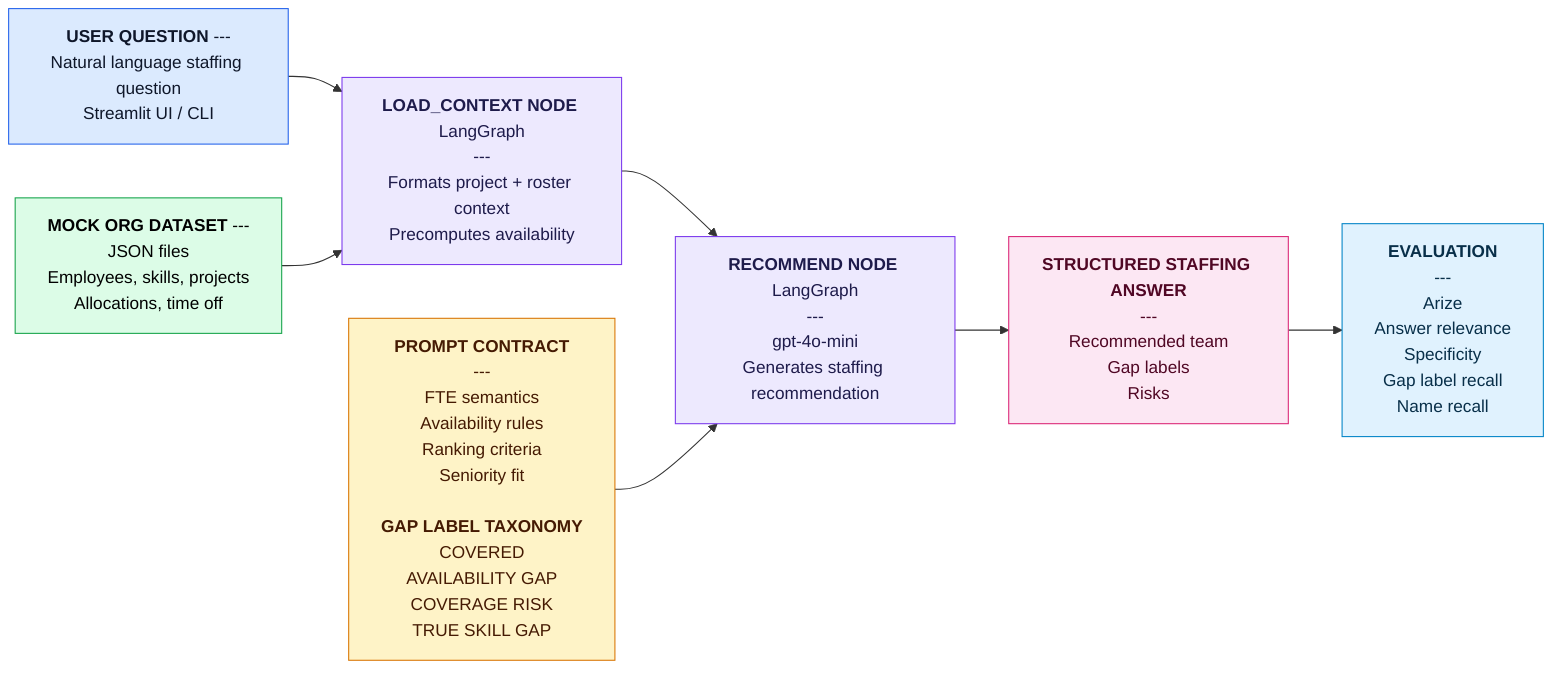
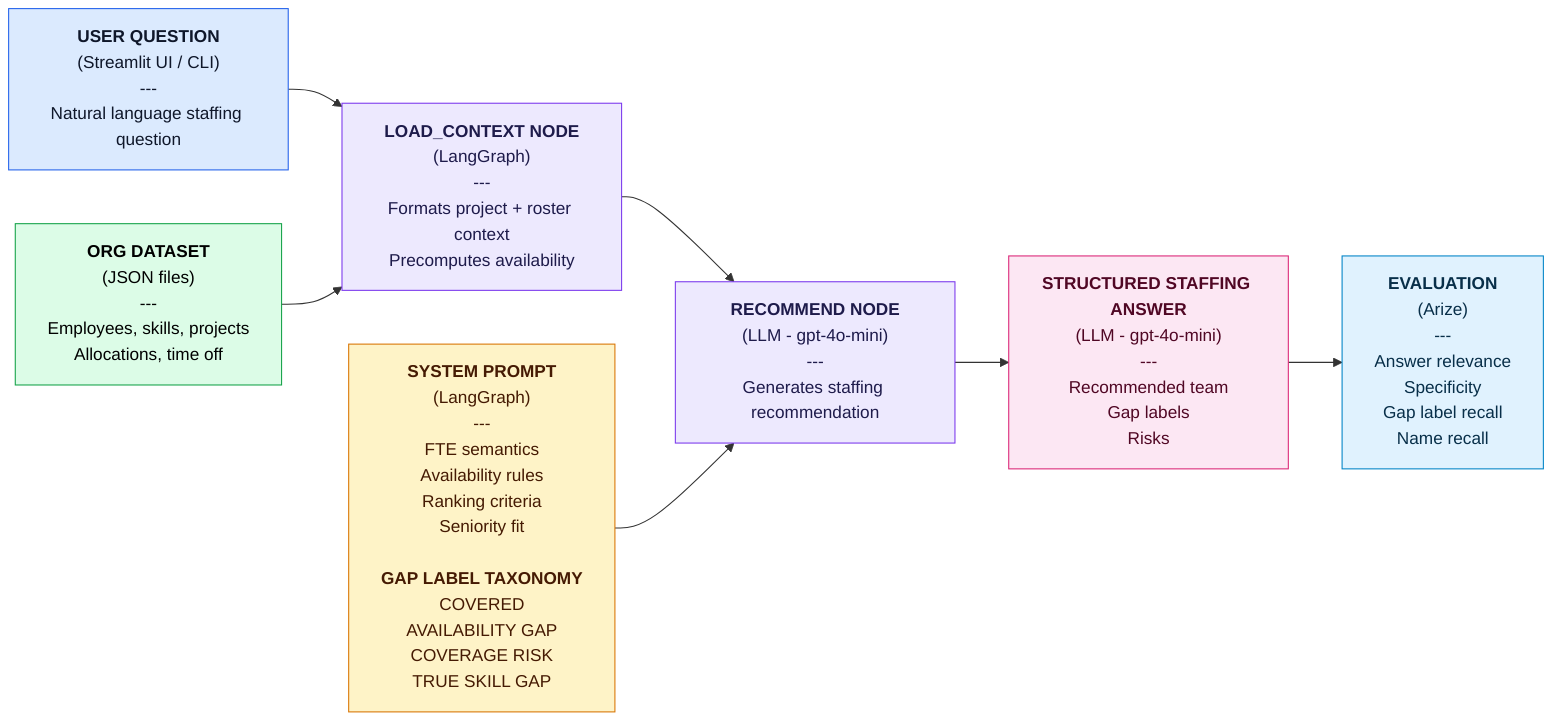
%%{init: { "htmlLabels": true, "securityLevel": "loose" } }%%
flowchart LR
-     UserQ["<b>USER QUESTION</b> ---
- Natural language staffing question
- Streamlit UI / CLI"] --> LoadCtx["<b>LOAD_CONTEXT NODE</b> LangGraph
+     UserQ["<b>USER QUESTION</b>
+ (Streamlit UI / CLI)
+ ---
+ Natural language staffing question"] --> LoadCtx["<b>LOAD_CONTEXT NODE</b>
+ (LangGraph)
---
Formats project + roster context
Precomputes availability"]
-     MockOrg["<b>MOCK ORG DATASET</b> ---
- JSON files
+     Org["<b>ORG DATASET</b>
+ (JSON files)
+ ---
Employees, skills, projects
Allocations, time off"] --> LoadCtx
-     LoadCtx --> Recommend["<b>RECOMMEND NODE</b> LangGraph
+     LoadCtx --> Recommend["<b>RECOMMEND NODE</b>
+ (LLM - gpt-4o-mini)
---
- gpt-4o-mini
Generates staffing recommendation"]
-     PromptContract["<b>PROMPT CONTRACT</b>
+     PromptContract["<b>SYSTEM PROMPT</b>
+ (LangGraph)
---
FTE semantics
Availability rules
Ranking criteria
Seniority fit

<b>GAP LABEL TAXONOMY</b>
COVERED
AVAILABILITY GAP
COVERAGE RISK
TRUE SKILL GAP"] --> Recommend
    Recommend --> StaffAnswer["<b>STRUCTURED STAFFING ANSWER</b>
+ (LLM - gpt-4o-mini)
---
Recommended team
Gap labels
Risks"]
    StaffAnswer --> Evaluation["<b>EVALUATION</b>
+ (Arize)
---
- Arize
Answer relevance
Specificity
Gap label recall
Name recall"]

     UserQ:::userStyle
     LoadCtx:::langGraphStyle
-      MockOrg:::mockOrgStyle
+      Org:::OrgStyle
     Recommend:::langGraphStyle
     PromptContract:::promptStyle
     StaffAnswer:::answerStyle
     Evaluation:::evalStyle
    classDef userStyle fill:#DBEAFE,stroke:#2563EB,color:#0F172A
    classDef langGraphStyle fill:#EDE9FE,stroke:#7C3AED,color:#1E1B4B
-     classDef mockOrgStyle fill:#DCFCE7,stroke:#16A34A,color:#052E16
+     classDef OrgStyle fill:#DCFCE7,stroke:#16A34A,color:#052E16
    classDef promptStyle fill:#FEF3C7,stroke:#D97706,color:#451A03
    classDef answerStyle fill:#FCE7F3,stroke:#DB2777,color:#500724
    classDef evalStyle fill:#E0F2FE,stroke:#0284C7,color:#082F49
-     style MockOrg color:#000000+     style Org color:#000000
